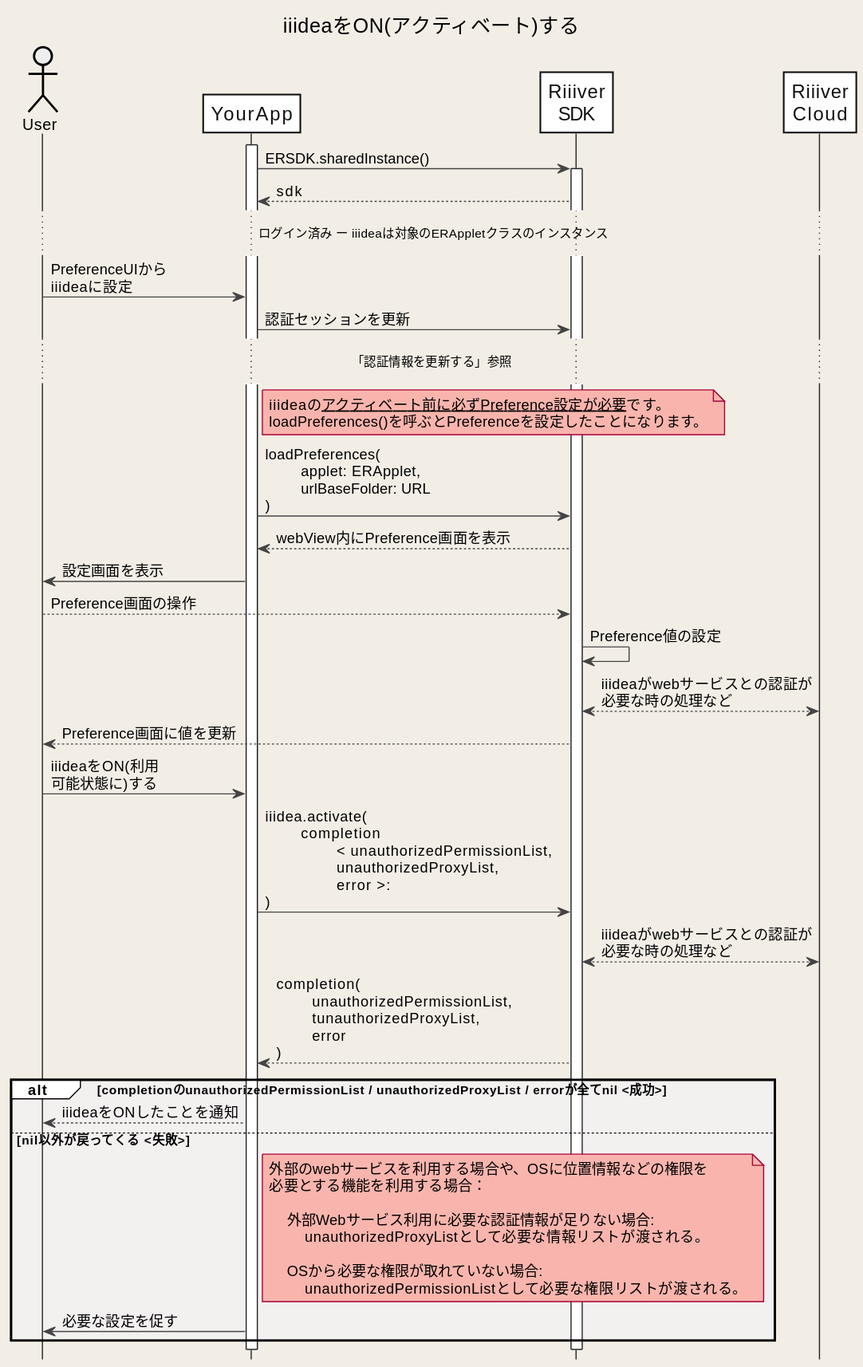
CitizenWatch/RiiiverResources keeps this PlantUML diagram as images/ja/Sequences/activateIiidea.svg. Above is the earlier version.
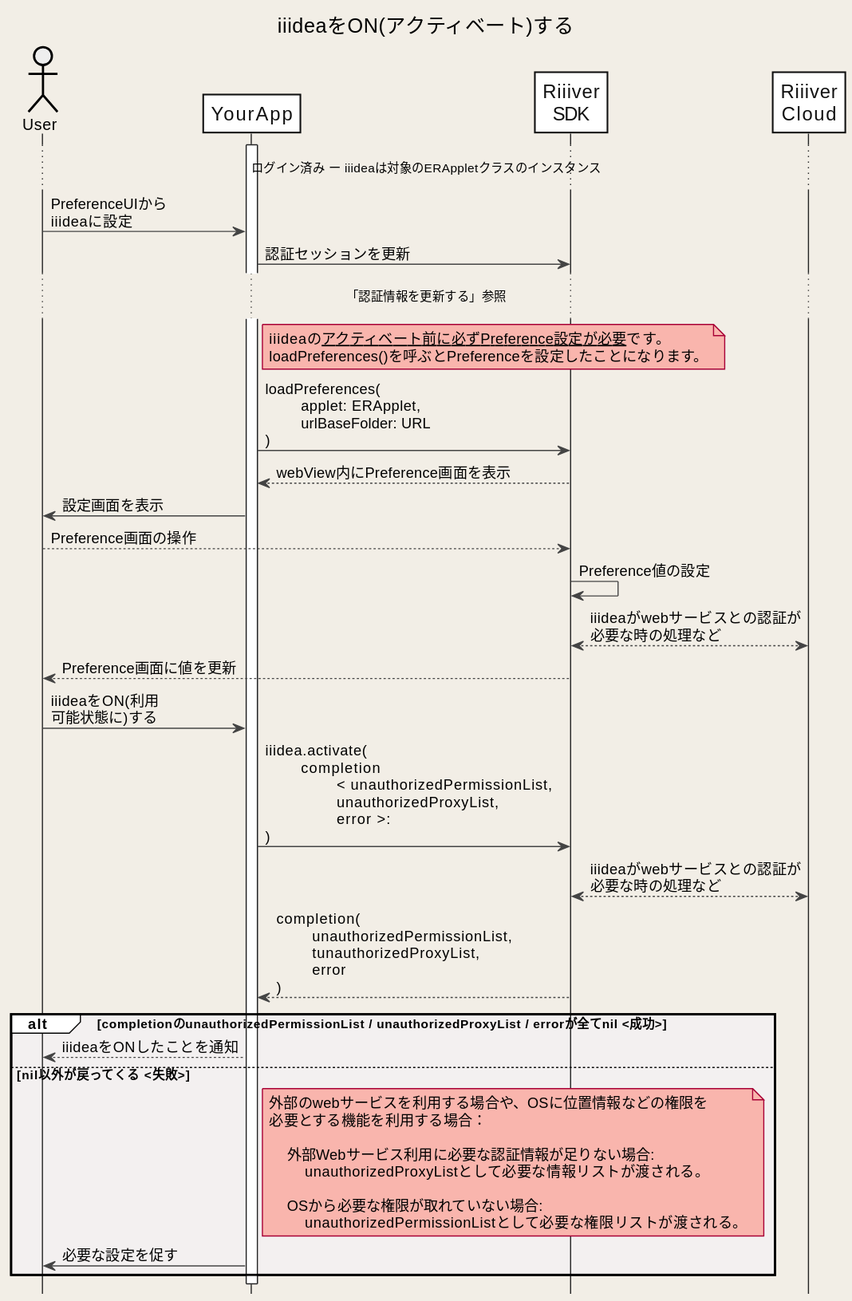
The same file after the commit.

Diff of the diagram source:
```diff
@@ -35,11 +35,7 @@
 
 activate App
 
-App -> ERSDK: ERSDK.sharedInstance()
-activate ERSDK
-App <-- ERSDK: sdk
-
-... ログイン済み ー iiideaは対象のERAppletクラスのインスタンス...
+... ログイン済み ー iiideaは対象のERAppletクラスのインスタンス ...
 
 User -> App: PreferenceUIから\niiideaに設定
 
```
